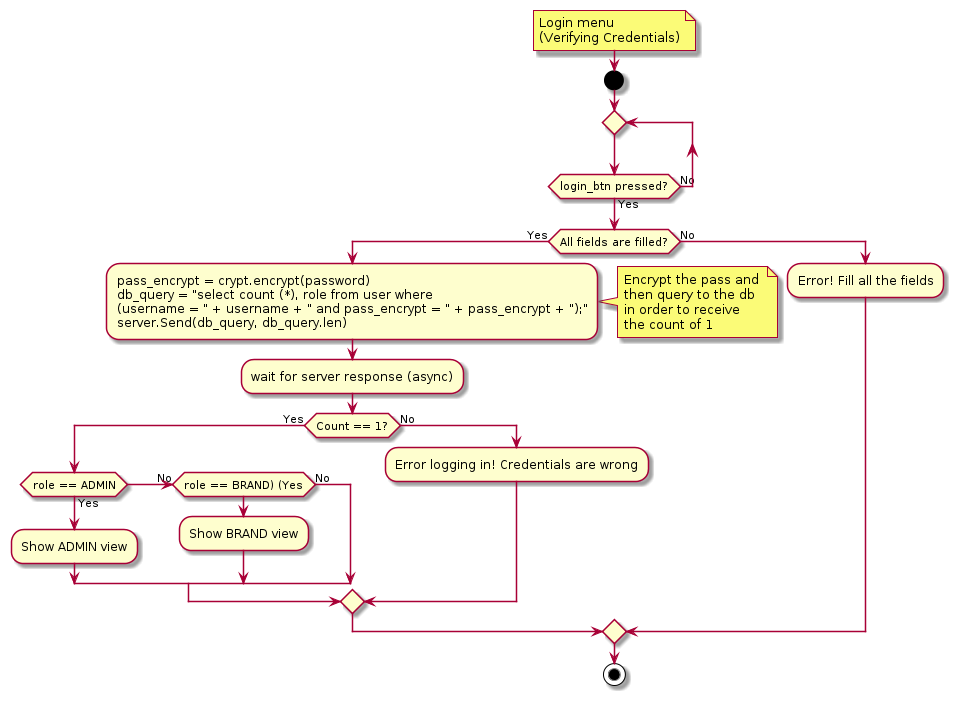
This is Proj/diags/plantuml/flowchart/output/rc-login.png from ElectroQuanta/MDO, a PlantUML export, as it was before one commit.
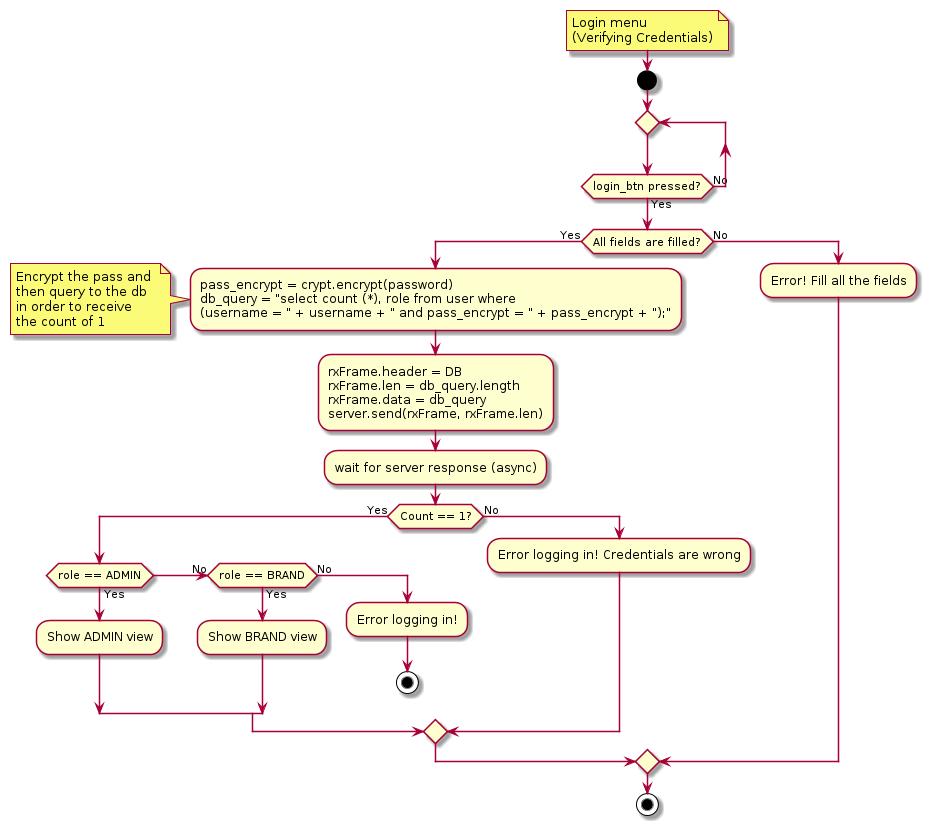
After the commit.

What changed in the source:
```diff
@@ -11,25 +11,31 @@
 
         :pass_encrypt = crypt.encrypt(password)
         db_query = "select count (*), role from user where
-        (username = " + username + " and pass_encrypt = " + pass_encrypt + ");"
-        server.Send(db_query, db_query.len);
+        (username = " + username + " and pass_encrypt = " + pass_encrypt + ");";
 
-        note right
+        note left
             Encrypt the pass and
             then query to the db
             in order to receive
             the count of 1
         end note
 
+        :rxFrame.header = DB
+        rxFrame.len = db_query.length
+        rxFrame.data = db_query
+        server.send(rxFrame, rxFrame.len);
+
         :wait for server response (async);
 
         if(Count == 1?) then (Yes)
-            if (role == ADMIN) then (Yes)
-                :Show ADMIN view;
-            (No) elseif (role == BRAND) (Yes)
-                :Show BRAND view;
-            else (No)
-            endif
+          if (role == ADMIN) then (Yes)
+              :Show ADMIN view;
+          (No) elseif (role == BRAND) then (Yes)
+              :Show BRAND view;
+          else (No)
+            :Error logging in!;
+            stop
+          endif
 
         else (No)
             :Error logging in! Credentials are wrong;
```
